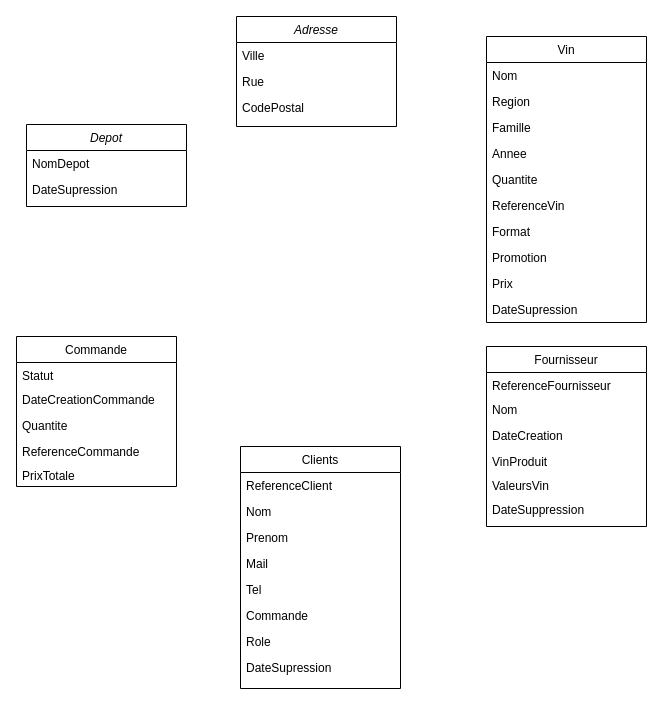
Above: projet-vin-mcd.drawio in TorayLaTortue/Projet-vin (draw.io), before the change. Source tidied: cells renumbered, new cells numbered last; positions are measured from the earlier drawing's top-left corner, leaving out a move shared by most shapes. Both pictures are drawn from the tidied source at 100%, with x=0, y=0 at pixel (16, 16).
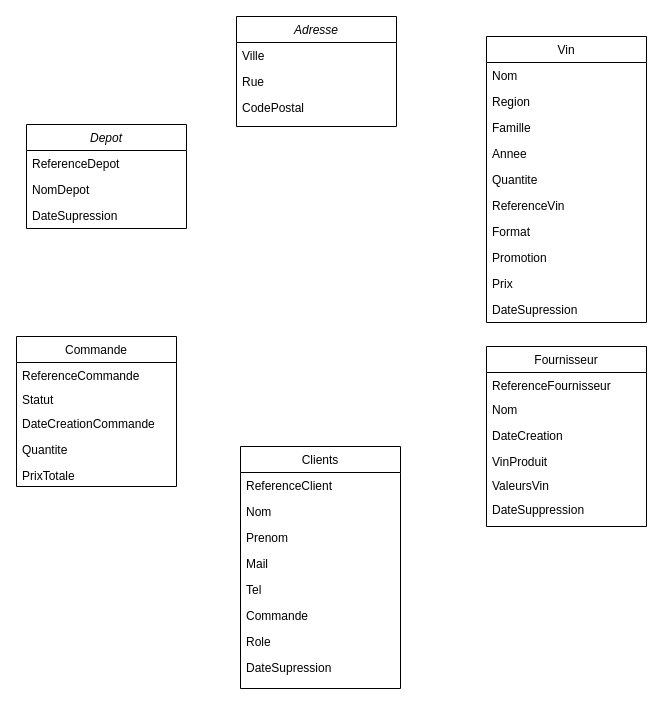
Above is the later version.

Commit message (it also covers changes not shown here):
Mettre à jour projet-vin-mcd.drawio

The change refers to these unchanged cells:
```xml
<mxCell id="36" value="Commande" style="swimlane;fontStyle=0;align=center;verticalAlign=top;horizontal=1;startSize=26;rounded=0;shadow=0;strokeWidth=1;" parent="1" vertex="1">
  <mxGeometry y="320" width="160" height="150" as="geometry" />
</mxCell>
```

The edit, as a diff of the source:
```diff
@@
     <mxCell id="33" value="Depot" style="swimlane;fontStyle=2;align=center;verticalAlign=top;horizontal=1;startSize=26;rounded=0;shadow=0;strokeWidth=1;" parent="1" vertex="1">
-      <mxGeometry x="10" y="108" width="160" height="82" as="geometry" />
+      <mxGeometry x="10" y="108" width="160" height="104" as="geometry" />
     </mxCell>
+    <mxCell id="42" value="ReferenceDepot" style="text;align=left;verticalAlign=top;spacingLeft=4;spacingRight=4;overflow=hidden;rounded=0;shadow=0;html=0;" parent="33" vertex="1">
+      <mxGeometry y="26" width="160" height="26" as="geometry" />
+    </mxCell>
     <mxCell id="34" value="NomDepot" style="text;align=left;verticalAlign=top;spacingLeft=4;spacingRight=4;overflow=hidden;" parent="33" vertex="1">
-      <mxGeometry y="26" width="160" height="26" as="geometry" />
+      <mxGeometry y="52" width="160" height="26" as="geometry" />
     </mxCell>
     <mxCell id="35" value="DateSupression" style="text;align=left;verticalAlign=top;spacingLeft=4;spacingRight=4;overflow=hidden;rounded=0;shadow=0;html=0;" parent="33" vertex="1">
-      <mxGeometry y="52" width="160" height="26" as="geometry" />
+      <mxGeometry y="78" width="160" height="26" as="geometry" />
     </mxCell>
@@
+    <mxCell id="40" value="ReferenceCommande" style="text;align=left;verticalAlign=top;spacingLeft=4;spacingRight=4;overflow=hidden;" parent="36" vertex="1">
+      <mxGeometry y="26" width="160" height="24" as="geometry" />
+    </mxCell>
     <mxCell id="37" value="Statut" style="text;align=left;verticalAlign=top;spacingLeft=4;spacingRight=4;overflow=hidden;" parent="36" vertex="1">
-      <mxGeometry y="26" width="160" height="24" as="geometry" />
+      <mxGeometry y="50" width="160" height="24" as="geometry" />
     </mxCell>
     <mxCell id="38" value="DateCreationCommande" style="text;align=left;verticalAlign=top;spacingLeft=4;spacingRight=4;overflow=hidden;" parent="36" vertex="1">
-      <mxGeometry y="50" width="160" height="26" as="geometry" />
+      <mxGeometry y="74" width="160" height="26" as="geometry" />
     </mxCell>
     <mxCell id="39" value="Quantite" style="text;align=left;verticalAlign=top;spacingLeft=4;spacingRight=4;overflow=hidden;rounded=0;shadow=0;html=0;" parent="36" vertex="1">
-      <mxGeometry y="76" width="160" height="26" as="geometry" />
+      <mxGeometry y="100" width="160" height="26" as="geometry" />
     </mxCell>
-    <mxCell id="40" value="ReferenceCommande" style="text;align=left;verticalAlign=top;spacingLeft=4;spacingRight=4;overflow=hidden;" parent="36" vertex="1">
-      <mxGeometry y="102" width="160" height="24" as="geometry" />
-    </mxCell>
```
